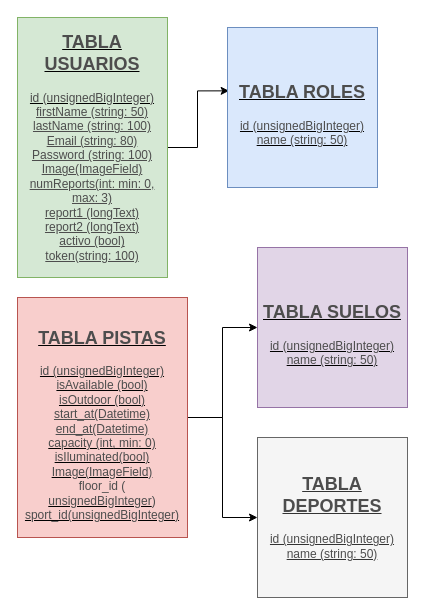
The draw.io diagram GestionPistas BBDD.drawio in jedahee/Laravel-Backend-Final-Project-Degree, before the edit. Source tidied: cells renumbered, new cells numbered last; positions are measured from the earlier drawing's top-left corner, leaving out a move shared by most shapes. Both pictures are drawn from the tidied source at 100%, with x=0, y=0 at pixel (17, 17).
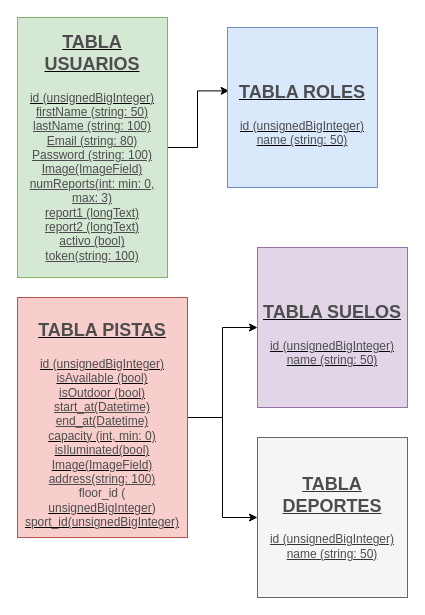
Above is the later version.

Change to the diagram source:
```diff
@@
 <mxGraphModel>
   <root>
     <mxCell id="0" />
     <mxCell id="1" parent="0" />
     <mxCell id="2" style="edgeStyle=orthogonalEdgeStyle;rounded=0;jettySize=auto;html=1;entryX=0.011;entryY=0.396;entryDx=0;entryDy=0;entryPerimeter=0;fontFamily=Helvetica;fontColor=#4D4D4D;" parent="1" edge="1" source="3" target="5">
       <mxGeometry relative="1" as="geometry" />
     </mxCell>
     <mxCell id="3" value="&lt;h2&gt;&lt;u&gt;&lt;font color=&quot;#4d4d4d&quot;&gt;TABLA USUARIOS&lt;/font&gt;&lt;/u&gt;&lt;/h2&gt;&lt;div&gt;&lt;u&gt;&lt;font color=&quot;#4d4d4d&quot;&gt;id (unsignedBigInteger)&lt;/font&gt;&lt;/u&gt;&lt;/div&gt;&lt;div&gt;&lt;font color=&quot;#4d4d4d&quot;&gt;&lt;u&gt;firstName (string: 50)&lt;/u&gt;&lt;/font&gt;&lt;/div&gt;&lt;div&gt;&lt;u style=&quot;color: rgb(77 , 77 , 77)&quot;&gt;lastName (string: 100)&lt;/u&gt;&lt;font color=&quot;#4d4d4d&quot;&gt;&lt;u&gt;&lt;br&gt;&lt;/u&gt;&lt;/font&gt;&lt;/div&gt;&lt;div&gt;&lt;u style=&quot;color: rgb(77 , 77 , 77)&quot;&gt;Email (string: 80)&lt;/u&gt;&lt;u style=&quot;color: rgb(77 , 77 , 77)&quot;&gt;&lt;br&gt;&lt;/u&gt;&lt;/div&gt;&lt;div&gt;&lt;u style=&quot;color: rgb(77 , 77 , 77)&quot;&gt;Password (string: 100)&lt;/u&gt;&lt;/div&gt;&lt;div&gt;&lt;u style=&quot;color: rgb(77 , 77 , 77)&quot;&gt;Image(ImageField)&lt;/u&gt;&lt;u style=&quot;color: rgb(77 , 77 , 77)&quot;&gt;&lt;br&gt;&lt;/u&gt;&lt;/div&gt;&lt;div&gt;&lt;u style=&quot;color: rgb(77 , 77 , 77)&quot;&gt;numReports(int: min: 0, max: 3)&lt;/u&gt;&lt;u style=&quot;color: rgb(77 , 77 , 77)&quot;&gt;&lt;br&gt;&lt;/u&gt;&lt;/div&gt;&lt;div&gt;&lt;u style=&quot;color: rgb(77 , 77 , 77)&quot;&gt;report1 (longText)&lt;/u&gt;&lt;u style=&quot;color: rgb(77 , 77 , 77)&quot;&gt;&lt;br&gt;&lt;/u&gt;&lt;/div&gt;&lt;div&gt;&lt;u style=&quot;color: rgb(77 , 77 , 77)&quot;&gt;report2 (longText)&lt;/u&gt;&lt;u style=&quot;color: rgb(77 , 77 , 77)&quot;&gt;&lt;br&gt;&lt;/u&gt;&lt;/div&gt;&lt;div&gt;&lt;u style=&quot;color: rgb(77 , 77 , 77)&quot;&gt;activo (bool)&lt;/u&gt;&lt;/div&gt;&lt;div&gt;&lt;u style=&quot;color: rgb(77 , 77 , 77)&quot;&gt;token(string: 100)&lt;/u&gt;&lt;/div&gt;&lt;div&gt;&lt;u style=&quot;color: rgb(77 , 77 , 77)&quot;&gt;&lt;br&gt;&lt;/u&gt;&lt;/div&gt;" style="rounded=0;whiteSpace=wrap;html=1;fillColor=#d5e8d4;strokeColor=#82b366;strokeWidth=1;perimeterSpacing=0;line-height:30px;" parent="1" vertex="1">
       <mxGeometry width="150" height="260" as="geometry" />
     </mxCell>
     <mxCell id="4" value="&lt;h2&gt;&lt;u&gt;&lt;font color=&quot;#4d4d4d&quot;&gt;TABLA SUELOS&lt;/font&gt;&lt;/u&gt;&lt;/h2&gt;&lt;div&gt;&lt;div&gt;&lt;u&gt;&lt;font color=&quot;#4d4d4d&quot;&gt;id (unsignedBigInteger)&lt;/font&gt;&lt;/u&gt;&lt;/div&gt;&lt;/div&gt;&lt;div&gt;&lt;u&gt;&lt;font color=&quot;#4d4d4d&quot;&gt;name (string: 50)&lt;/font&gt;&lt;/u&gt;&lt;u&gt;&lt;font color=&quot;#4d4d4d&quot;&gt;&lt;br&gt;&lt;/font&gt;&lt;/u&gt;&lt;/div&gt;" style="rounded=0;whiteSpace=wrap;html=1;fillColor=#e1d5e7;strokeColor=#9673a6;" parent="1" vertex="1">
       <mxGeometry x="240" y="230" width="150" height="160" as="geometry" />
     </mxCell>
     <mxCell id="5" value="&lt;h2&gt;&lt;u&gt;&lt;font color=&quot;#4d4d4d&quot;&gt;TABLA ROLES&lt;/font&gt;&lt;/u&gt;&lt;/h2&gt;&lt;div&gt;&lt;div&gt;&lt;u&gt;&lt;font color=&quot;#4d4d4d&quot;&gt;id (unsignedBigInteger)&lt;/font&gt;&lt;/u&gt;&lt;/div&gt;&lt;/div&gt;&lt;div&gt;&lt;u&gt;&lt;font color=&quot;#4d4d4d&quot;&gt;name (string: 50)&lt;/font&gt;&lt;/u&gt;&lt;/div&gt;" style="rounded=0;whiteSpace=wrap;html=1;fillColor=#dae8fc;strokeColor=#6c8ebf;" parent="1" vertex="1">
       <mxGeometry x="210" y="10" width="150" height="160" as="geometry" />
     </mxCell>
     <mxCell id="6" style="edgeStyle=orthogonalEdgeStyle;rounded=0;jettySize=auto;html=1;fontFamily=Helvetica;fontColor=#4D4D4D;" parent="1" edge="1" source="8" target="4">
       <mxGeometry relative="1" as="geometry" />
     </mxCell>
     <mxCell id="7" style="edgeStyle=orthogonalEdgeStyle;rounded=0;jettySize=auto;html=1;fontFamily=Helvetica;fontColor=#4D4D4D;" parent="1" edge="1" source="8" target="9">
       <mxGeometry relative="1" as="geometry" />
     </mxCell>
-    <mxCell id="8" value="&lt;h2&gt;&lt;u&gt;&lt;font color=&quot;#4d4d4d&quot;&gt;TABLA PISTAS&lt;/font&gt;&lt;/u&gt;&lt;/h2&gt;&lt;div&gt;&lt;div&gt;&lt;u&gt;&lt;font color=&quot;#4d4d4d&quot;&gt;id (unsignedBigInteger)&lt;/font&gt;&lt;/u&gt;&lt;/div&gt;&lt;/div&gt;&lt;div&gt;&lt;u&gt;&lt;font color=&quot;#4d4d4d&quot;&gt;isAvailable (bool)&lt;/font&gt;&lt;/u&gt;&lt;/div&gt;&lt;div&gt;&lt;u&gt;&lt;font color=&quot;#4d4d4d&quot;&gt;isOutdoor (bool)&lt;/font&gt;&lt;/u&gt;&lt;/div&gt;&lt;div&gt;&lt;font color=&quot;#4d4d4d&quot;&gt;&lt;u&gt;start_at(Datetime)&lt;/u&gt;&lt;/font&gt;&lt;/div&gt;&lt;div&gt;&lt;u style=&quot;color: rgb(77 , 77 , 77)&quot;&gt;end_at(Datetime)&lt;/u&gt;&lt;font color=&quot;#4d4d4d&quot;&gt;&lt;u&gt;&lt;br&gt;&lt;/u&gt;&lt;/font&gt;&lt;/div&gt;&lt;div&gt;&lt;u&gt;&lt;font color=&quot;#4d4d4d&quot;&gt;capacity (int, min: 0)&lt;/font&gt;&lt;/u&gt;&lt;/div&gt;&lt;div&gt;&lt;u&gt;&lt;font color=&quot;#4d4d4d&quot;&gt;isIluminated(bool)&lt;/font&gt;&lt;/u&gt;&lt;/div&gt;&lt;div&gt;&lt;u&gt;&lt;font color=&quot;#4d4d4d&quot;&gt;Image(ImageField)&lt;/font&gt;&lt;/u&gt;&lt;/div&gt;&lt;div&gt;&lt;font color=&quot;#4d4d4d&quot;&gt;floor_id (&lt;/font&gt;&lt;/div&gt;&lt;u&gt;&lt;font color=&quot;#4d4d4d&quot;&gt;unsignedBigInteger&lt;/font&gt;&lt;/u&gt;&lt;span style=&quot;color: rgb(77 , 77 , 77)&quot;&gt;)&lt;br&gt;&lt;/span&gt;&lt;u&gt;&lt;font color=&quot;#4d4d4d&quot;&gt;sport_id(unsignedBigInteger)&lt;br&gt;&lt;/font&gt;&lt;/u&gt;" style="rounded=0;whiteSpace=wrap;html=1;fillColor=#f8cecc;strokeColor=#b85450;" parent="1" vertex="1">
+    <mxCell id="8" value="&lt;h2&gt;&lt;u&gt;&lt;font color=&quot;#4d4d4d&quot;&gt;TABLA PISTAS&lt;/font&gt;&lt;/u&gt;&lt;/h2&gt;&lt;div&gt;&lt;div&gt;&lt;u&gt;&lt;font color=&quot;#4d4d4d&quot;&gt;id (unsignedBigInteger)&lt;/font&gt;&lt;/u&gt;&lt;/div&gt;&lt;/div&gt;&lt;div&gt;&lt;u&gt;&lt;font color=&quot;#4d4d4d&quot;&gt;isAvailable (bool)&lt;/font&gt;&lt;/u&gt;&lt;/div&gt;&lt;div&gt;&lt;u&gt;&lt;font color=&quot;#4d4d4d&quot;&gt;isOutdoor (bool)&lt;/font&gt;&lt;/u&gt;&lt;/div&gt;&lt;div&gt;&lt;font color=&quot;#4d4d4d&quot;&gt;&lt;u&gt;start_at(Datetime)&lt;/u&gt;&lt;/font&gt;&lt;/div&gt;&lt;div&gt;&lt;u style=&quot;color: rgb(77 , 77 , 77)&quot;&gt;end_at(Datetime)&lt;/u&gt;&lt;font color=&quot;#4d4d4d&quot;&gt;&lt;u&gt;&lt;br&gt;&lt;/u&gt;&lt;/font&gt;&lt;/div&gt;&lt;div&gt;&lt;u&gt;&lt;font color=&quot;#4d4d4d&quot;&gt;capacity (int, min: 0)&lt;/font&gt;&lt;/u&gt;&lt;/div&gt;&lt;div&gt;&lt;u&gt;&lt;font color=&quot;#4d4d4d&quot;&gt;isIluminated(bool)&lt;/font&gt;&lt;/u&gt;&lt;/div&gt;&lt;div&gt;&lt;u&gt;&lt;font color=&quot;#4d4d4d&quot;&gt;Image(ImageField)&lt;/font&gt;&lt;/u&gt;&lt;/div&gt;&lt;div&gt;&lt;font color=&quot;#4d4d4d&quot;&gt;&lt;u&gt;address(string: 100)&lt;/u&gt;&lt;/font&gt;&lt;/div&gt;&lt;div&gt;&lt;font color=&quot;#4d4d4d&quot;&gt;floor_id (&lt;/font&gt;&lt;/div&gt;&lt;u&gt;&lt;font color=&quot;#4d4d4d&quot;&gt;unsignedBigInteger&lt;/font&gt;&lt;/u&gt;&lt;span style=&quot;color: rgb(77 , 77 , 77)&quot;&gt;)&lt;br&gt;&lt;/span&gt;&lt;u&gt;&lt;font color=&quot;#4d4d4d&quot;&gt;sport_id(unsignedBigInteger)&lt;br&gt;&lt;/font&gt;&lt;/u&gt;" style="rounded=0;whiteSpace=wrap;html=1;fillColor=#f8cecc;strokeColor=#b85450;" parent="1" vertex="1">
       <mxGeometry y="280" width="170" height="240" as="geometry" />
     </mxCell>
     <mxCell id="9" value="&lt;h2&gt;&lt;u&gt;&lt;font color=&quot;#4d4d4d&quot;&gt;TABLA DEPORTES&lt;/font&gt;&lt;/u&gt;&lt;/h2&gt;&lt;div&gt;&lt;div&gt;&lt;u&gt;&lt;font color=&quot;#4d4d4d&quot;&gt;id (unsignedBigInteger)&lt;/font&gt;&lt;/u&gt;&lt;/div&gt;&lt;/div&gt;&lt;div&gt;&lt;u&gt;&lt;font color=&quot;#4d4d4d&quot;&gt;name (string: 50)&lt;/font&gt;&lt;/u&gt;&lt;/div&gt;&lt;div&gt;&lt;u&gt;&lt;font color=&quot;#4d4d4d&quot;&gt;&lt;br&gt;&lt;/font&gt;&lt;/u&gt;&lt;/div&gt;" style="rounded=0;whiteSpace=wrap;html=1;fillColor=#f5f5f5;strokeColor=#666666;fontColor=#333333;" parent="1" vertex="1">
       <mxGeometry x="240" y="420" width="150" height="160" as="geometry" />
     </mxCell>
   </root>
 </mxGraphModel>
```
